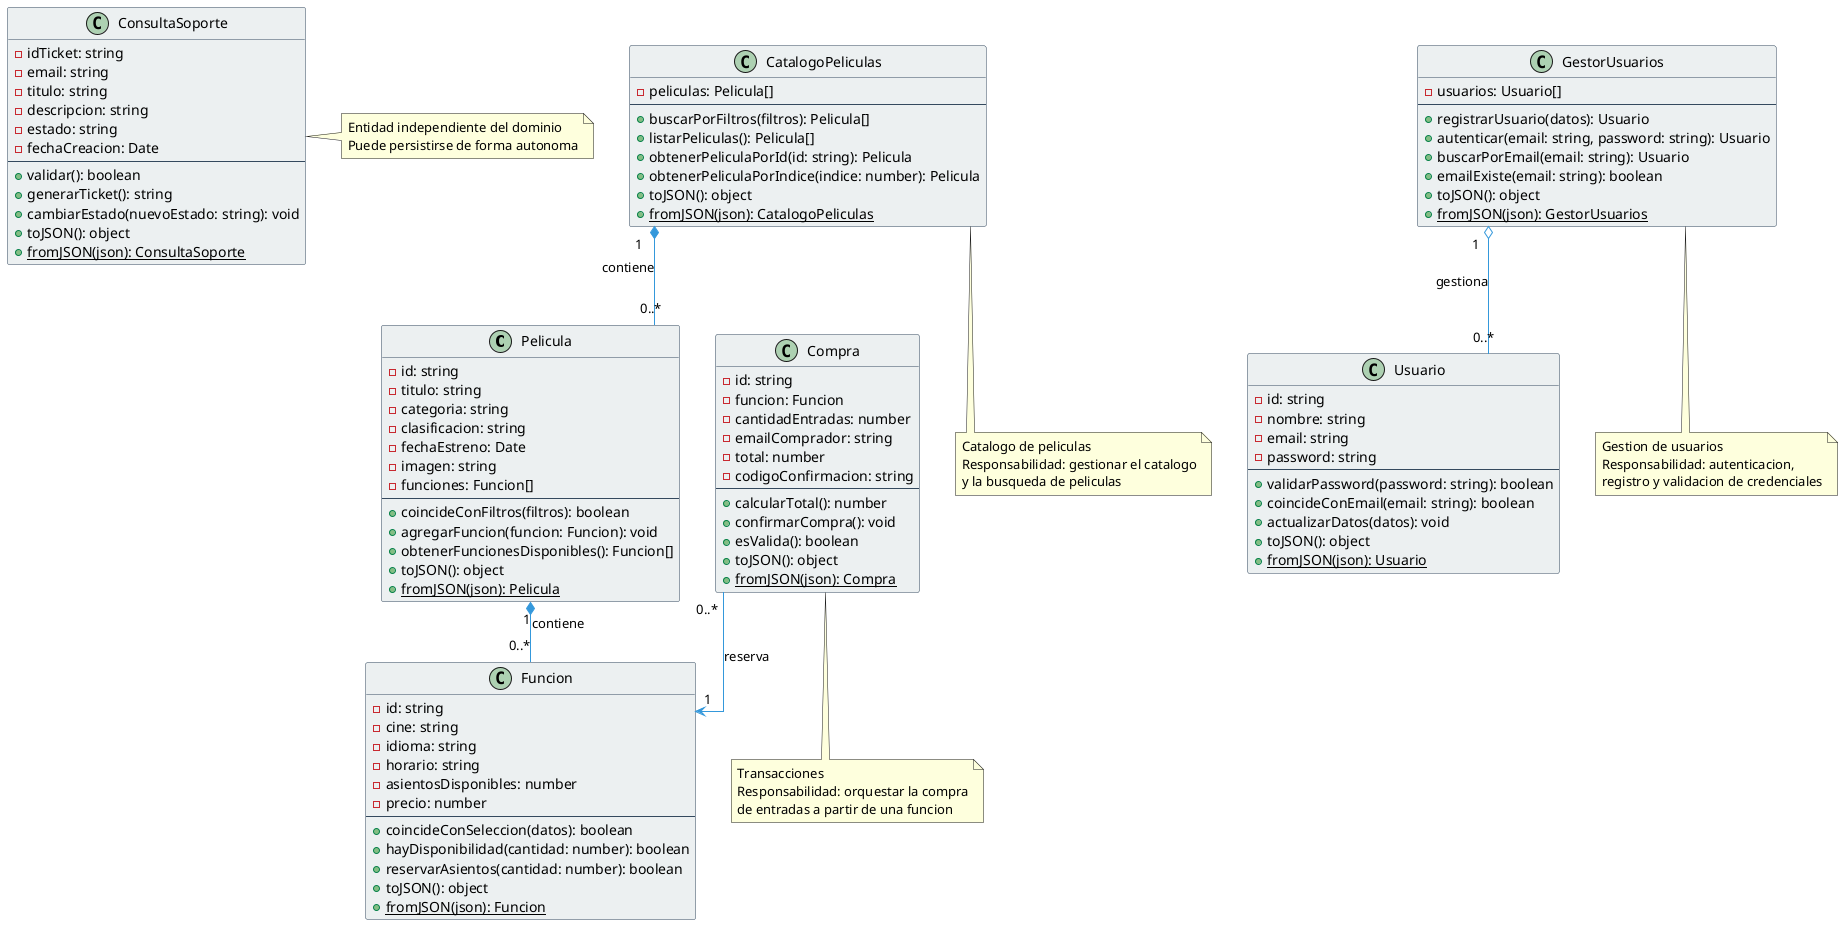
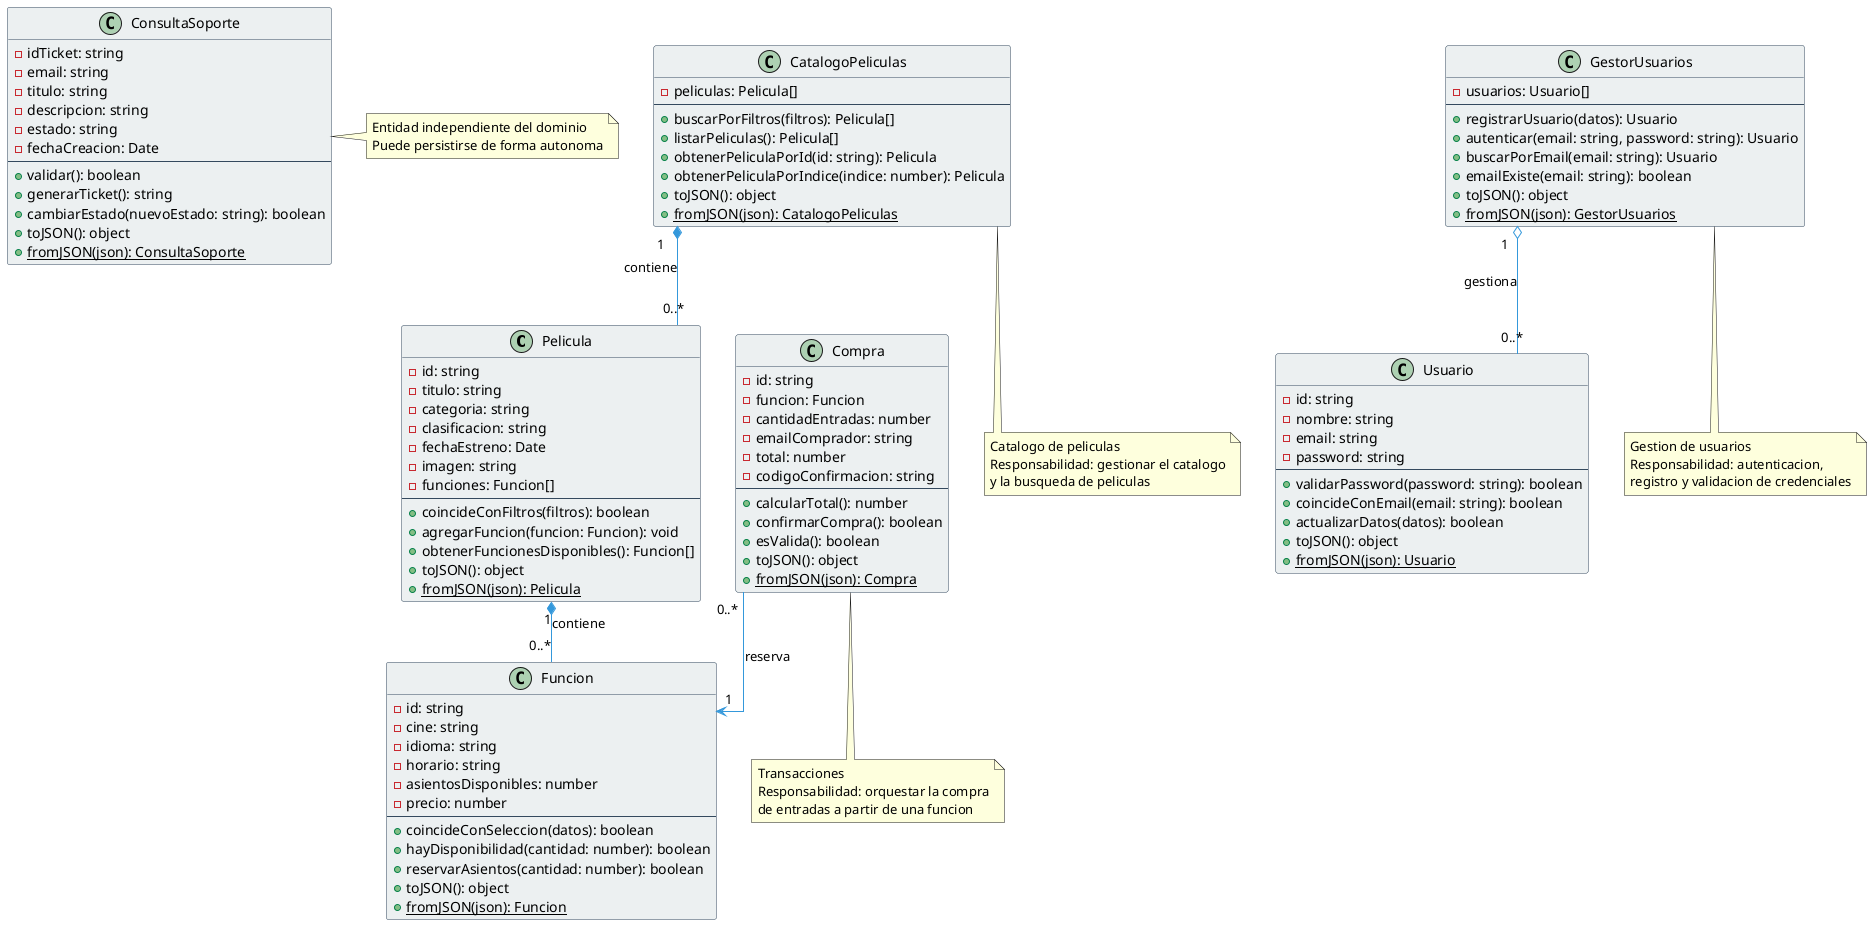
@startuml DiagramaClasesCineGlobal
!define ARROWCOLOR #3498db
!define CLASSCOLOR #ecf0f1
!define BORDERCOLOR #34495e

skinparam linetype ortho
skinparam classBackgroundColor CLASSCOLOR
skinparam classArrowColor ARROWCOLOR
skinparam classBorderColor BORDERCOLOR
skinparam classStereotypeCBackgroundColor #95a5a6
skinparam arrowLollipopColor BORDERCOLOR
skinparam backgroundColor #ffffff

'==============================================================
' ENTIDADES DEL DOMINIO - CATÁLOGO
'==============================================================

class Pelicula {
  - id: string
  - titulo: string
  - categoria: string
  - clasificacion: string
  - fechaEstreno: Date
  - imagen: string
  - funciones: Funcion[]
  --
  + coincideConFiltros(filtros): boolean
  + agregarFuncion(funcion: Funcion): void
  + obtenerFuncionesDisponibles(): Funcion[]
  + toJSON(): object
  + {static} fromJSON(json): Pelicula
}

class Funcion {
  - id: string
  - cine: string
  - idioma: string
  - horario: string
  - asientosDisponibles: number
  - precio: number
  --
  + coincideConSeleccion(datos): boolean
  + hayDisponibilidad(cantidad: number): boolean
  + reservarAsientos(cantidad: number): boolean
  + toJSON(): object
  + {static} fromJSON(json): Funcion
}

class CatalogoPeliculas {
  - peliculas: Pelicula[]
  --
  + buscarPorFiltros(filtros): Pelicula[]
  + listarPeliculas(): Pelicula[]
  + obtenerPeliculaPorId(id: string): Pelicula
  + obtenerPeliculaPorIndice(indice: number): Pelicula
  + toJSON(): object
  + {static} fromJSON(json): CatalogoPeliculas
}

'==============================================================
' ENTIDADES DEL DOMINIO - USUARIOS Y AUTENTICACIÓN
'==============================================================

class Usuario {
  - id: string
  - nombre: string
  - email: string
  - password: string
  --
  + validarPassword(password: string): boolean
  + coincideConEmail(email: string): boolean
-   + actualizarDatos(datos): void
+   + actualizarDatos(datos): boolean
  + toJSON(): object
  + {static} fromJSON(json): Usuario
}

class GestorUsuarios {
  - usuarios: Usuario[]
  --
  + registrarUsuario(datos): Usuario
  + autenticar(email: string, password: string): Usuario
  + buscarPorEmail(email: string): Usuario
  + emailExiste(email: string): boolean
  + toJSON(): object
  + {static} fromJSON(json): GestorUsuarios
}

'==============================================================
' ENTIDADES DEL DOMINIO - SOPORTE
'==============================================================

class ConsultaSoporte {
  - idTicket: string
  - email: string
  - titulo: string
  - descripcion: string
  - estado: string
  - fechaCreacion: Date
  --
  + validar(): boolean
  + generarTicket(): string
-   + cambiarEstado(nuevoEstado: string): void
+   + cambiarEstado(nuevoEstado: string): boolean
  + toJSON(): object
  + {static} fromJSON(json): ConsultaSoporte
}

'==============================================================
' ENTIDADES DEL DOMINIO - COMPRAS
'==============================================================

class Compra {
  - id: string
  - funcion: Funcion
  - cantidadEntradas: number
  - emailComprador: string
  - total: number
  - codigoConfirmacion: string
  --
  + calcularTotal(): number
-   + confirmarCompra(): void
+   + confirmarCompra(): boolean
  + esValida(): boolean
  + toJSON(): object
  + {static} fromJSON(json): Compra
}

'==============================================================
' RELACIONES - COMPOSICIÓN Y AGREGACIÓN
'==============================================================

CatalogoPeliculas "1" *-- "0..*" Pelicula : contiene
Pelicula "1" *-- "0..*" Funcion : contiene
GestorUsuarios "1" o-- "0..*" Usuario : gestiona
Compra "0..*" --> "1" Funcion : reserva

note right of ConsultaSoporte
  Entidad independiente del dominio
  Puede persistirse de forma autonoma
end note

'==============================================================
' NOTAS DE ARQUITECTURA
'==============================================================

note bottom of CatalogoPeliculas
  Catalogo de peliculas
  Responsabilidad: gestionar el catalogo
  y la busqueda de peliculas
end note

note bottom of GestorUsuarios
  Gestion de usuarios
  Responsabilidad: autenticacion,
  registro y validacion de credenciales
end note

note bottom of Compra
  Transacciones
  Responsabilidad: orquestar la compra
  de entradas a partir de una funcion
end note

@enduml